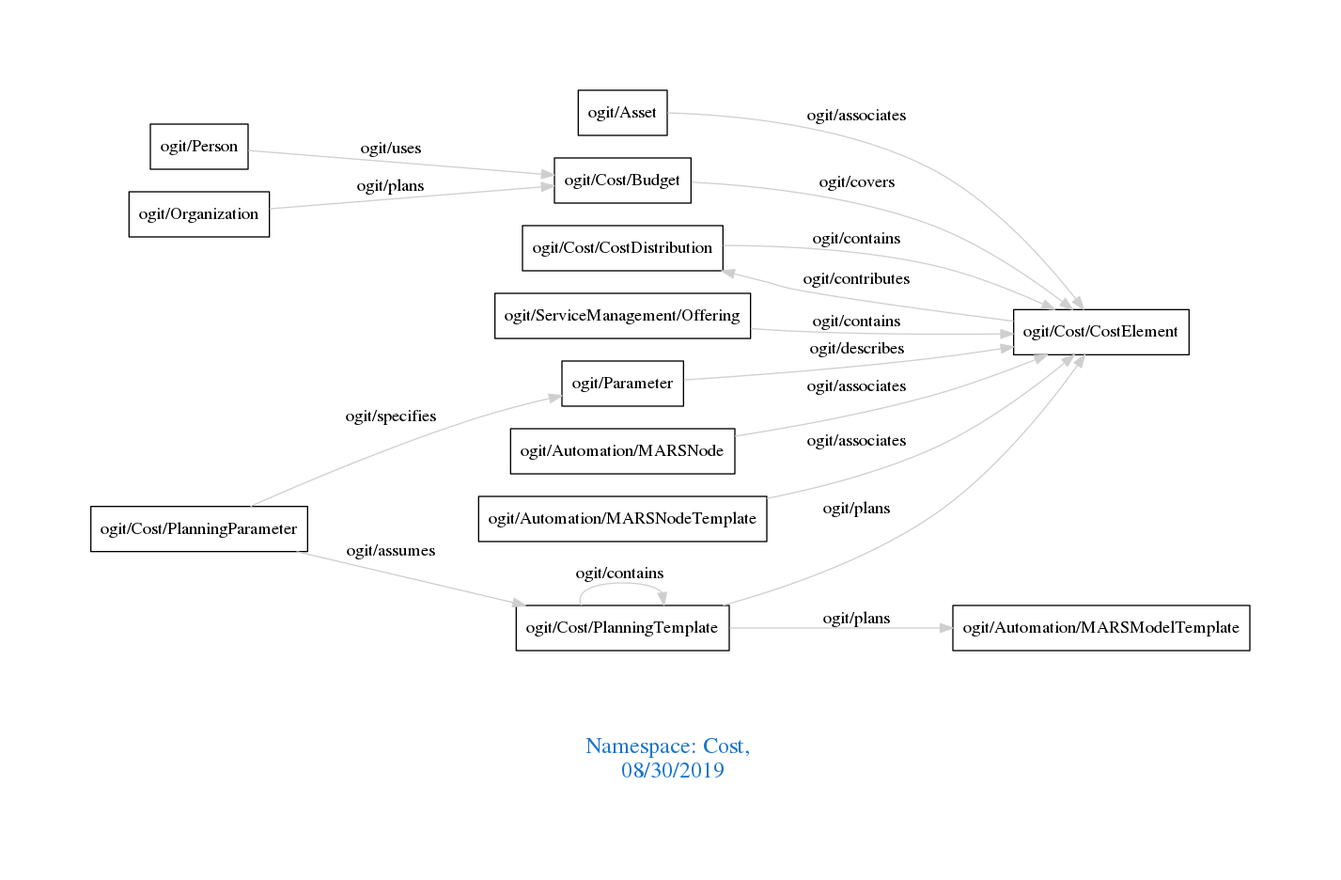
This is downloads/Cost.png from arago/OGIT, a Graphviz export, as it was before one commit. Its source is kept beside it as downloads/Cost.dot. The source it was exported from:
```dot
digraph OGIT_ontology {
 graph [ rankdir= LR,pad=1
fontsize = 18,
fontcolor= dodgerblue3,label = "\n\n\nNamespace: Cost, \n 08/30/2019"];
node[shape=polygon];
edge [  color="gray81"];

   "ogit/Cost/CostDistribution" -> "ogit/Cost/CostElement" [label="   ogit/contains    "];
   "ogit/ServiceManagement/Offering" -> "ogit/Cost/CostElement" [label="   ogit/contains    "];
   "ogit/Cost/PlanningParameter" -> "ogit/Parameter" [label="   ogit/specifies    "];
   "ogit/Cost/Budget" -> "ogit/Cost/CostElement" [label="   ogit/covers    "];
   "ogit/Parameter" -> "ogit/Cost/CostElement" [label="   ogit/describes    "];
   "ogit/Cost/CostElement" -> "ogit/Cost/CostDistribution" [label="   ogit/contributes    "];
   "ogit/Automation/MARSNode" -> "ogit/Cost/CostElement" [label="   ogit/associates    "];
   "ogit/Automation/MARSNodeTemplate" -> "ogit/Cost/CostElement" [label="   ogit/associates    "];
   "ogit/Asset" -> "ogit/Cost/CostElement" [label="   ogit/associates    "];
   "ogit/Person" -> "ogit/Cost/Budget" [label="   ogit/uses    "];
   "ogit/Cost/PlanningTemplate" -> "ogit/Automation/MARSModelTemplate" [label="   ogit/plans    "];
   "ogit/Cost/PlanningTemplate" -> "ogit/Cost/CostElement" [label="   ogit/plans    "];
   "ogit/Organization" -> "ogit/Cost/Budget" [label="   ogit/plans    "];
   "ogit/Cost/PlanningParameter" -> "ogit/Cost/PlanningTemplate" [label="   ogit/assumes    "];
   "ogit/Cost/PlanningTemplate" -> "ogit/Cost/PlanningTemplate" [label="   ogit/contains    "];
}
```
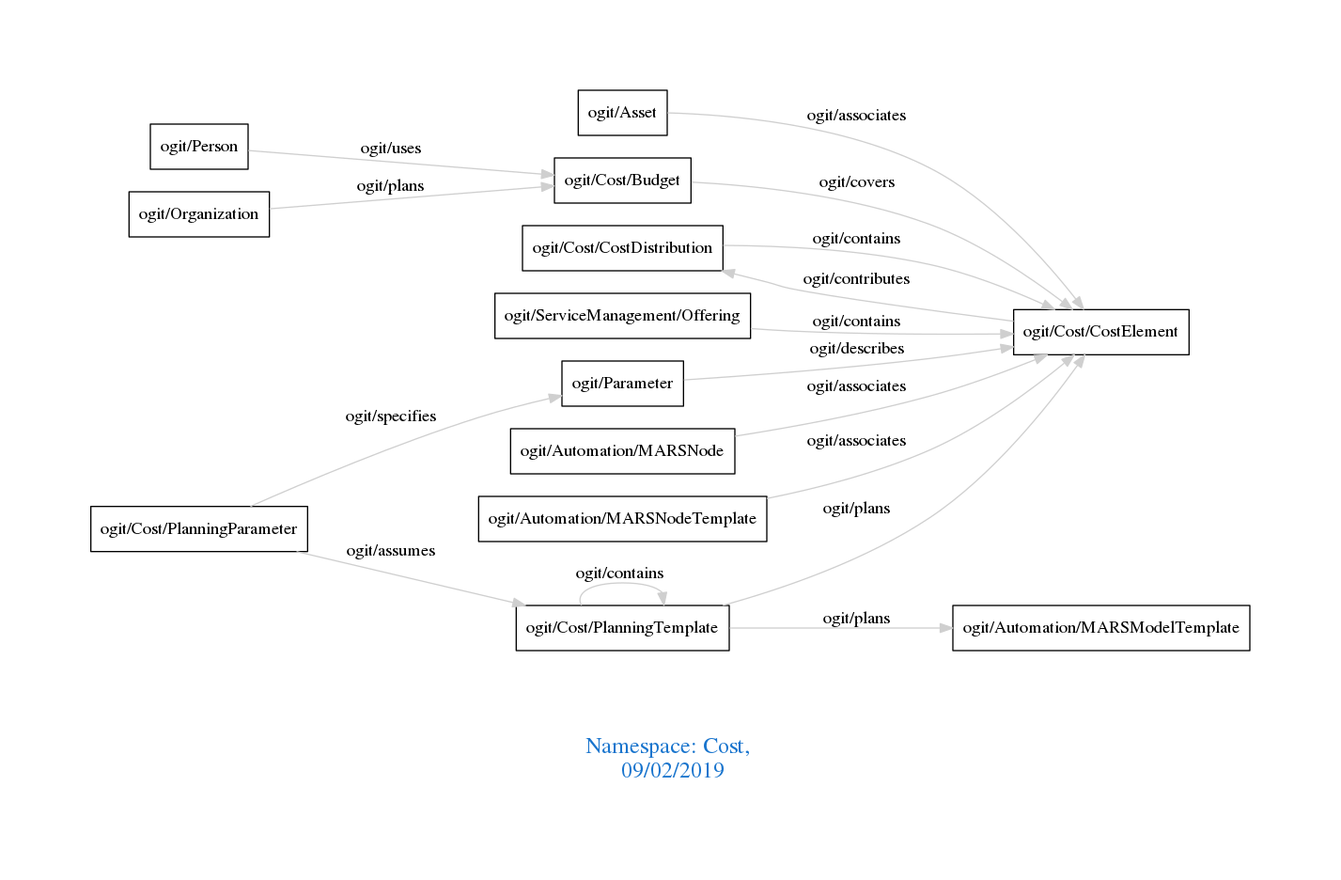
After the change.

Diff of the diagram source:
```diff
@@ -1,7 +1,7 @@
 digraph OGIT_ontology {
  graph [ rankdir= LR,pad=1
 fontsize = 18,
-fontcolor= dodgerblue3,label = "\n\n\nNamespace: Cost, \n 08/30/2019"];
+fontcolor= dodgerblue3,label = "\n\n\nNamespace: Cost, \n 09/02/2019"];
 node[shape=polygon];
 edge [  color="gray81"];
 
```
